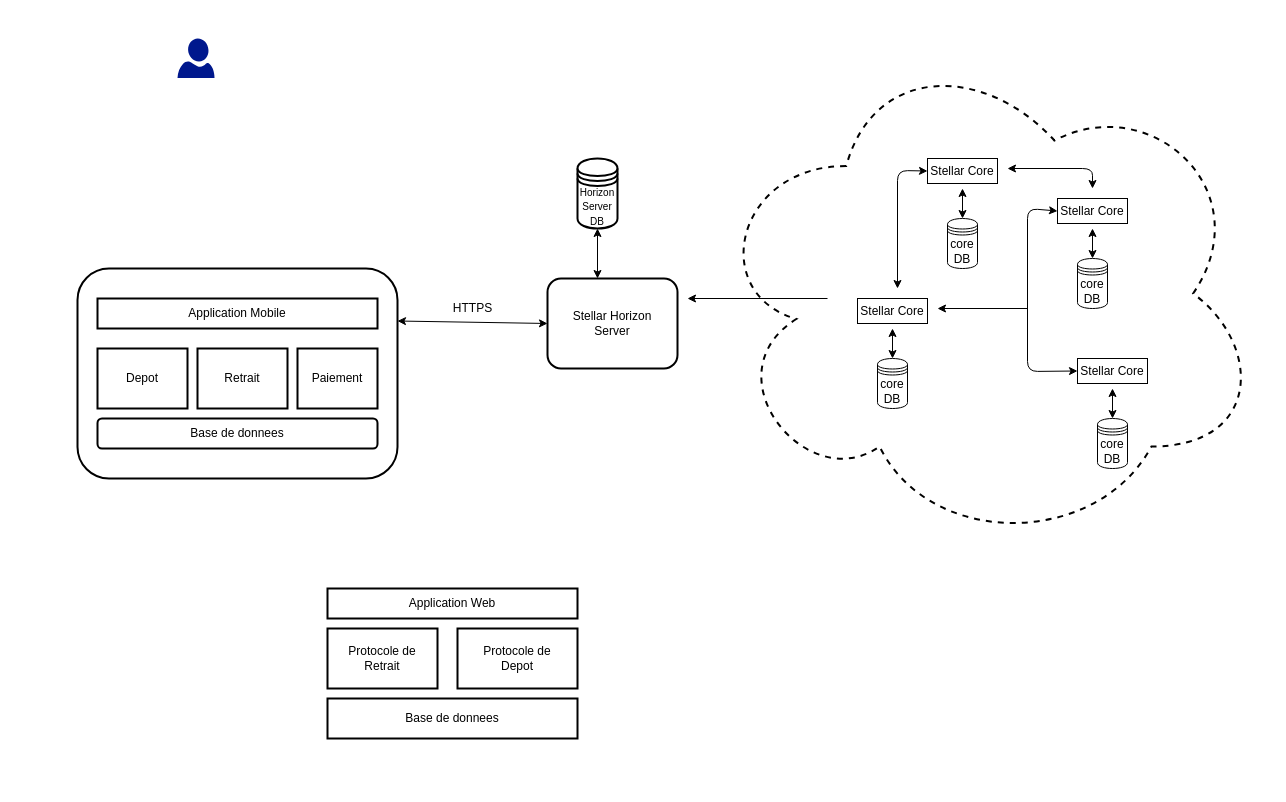
This is Architecture .drawio from mouhagaye/appdiagram, a draw.io file, before an edit. Source tidied: cells renumbered, new cells numbered last; positions are measured from the earlier drawing's top-left corner, leaving out a move shared by most shapes. Both pictures are drawn from the tidied source at 100%, with x=0, y=0 at pixel (77, 38).
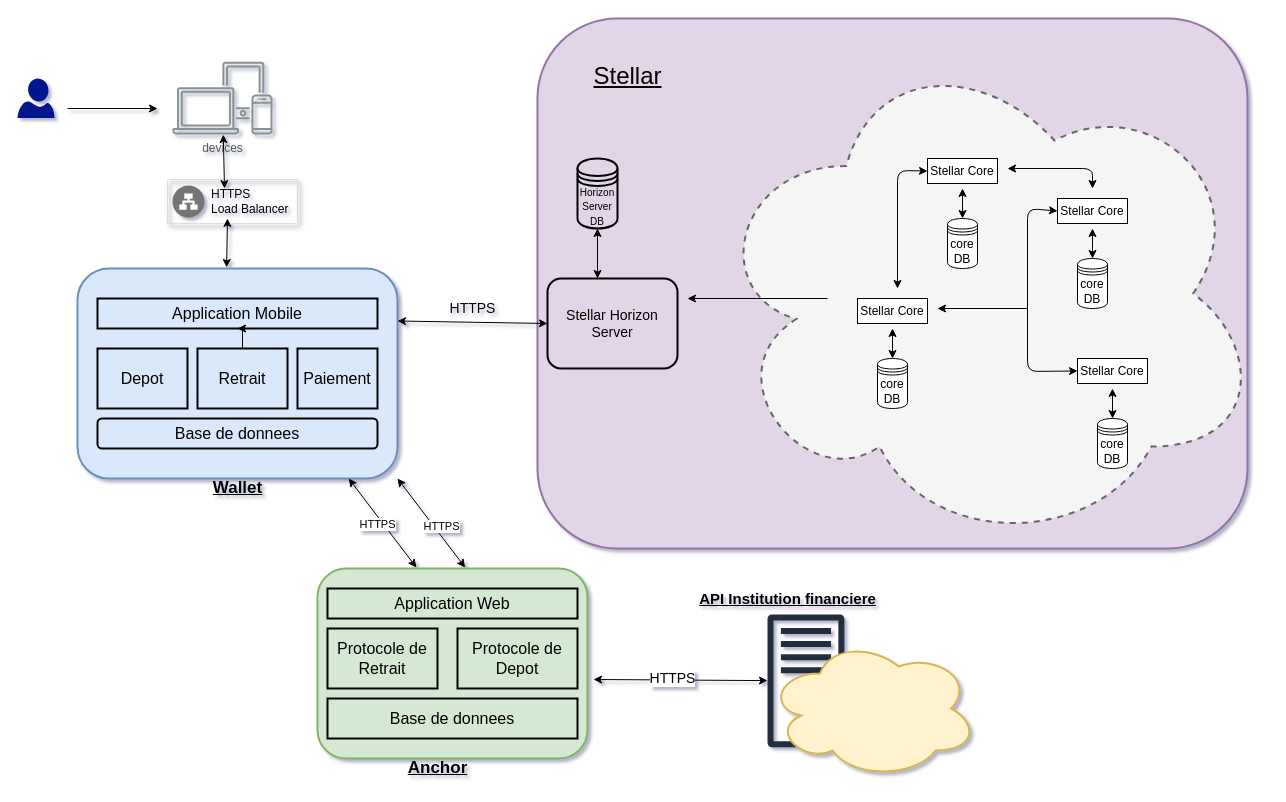
The same page after the edit.

What changed in the source:
```diff
@@
-<mxGraphModel>
+<mxGraphModel shadow="1">
@@
+    <mxCell id="36" style="rounded=1;whiteSpace=wrap;html=1;fontSize=14;strokeColor=#9673a6;strokeWidth=2;fillColor=#e1d5e7;" parent="1" vertex="1">
+      <mxGeometry x="460" y="-20" width="710" height="530" as="geometry" />
+    </mxCell>
+    <mxCell id="19" style="ellipse;shape=cloud;whiteSpace=wrap;html=1;dashed=1;fillColor=#f5f5f5;strokeWidth=2;strokeColor=#666666;fontColor=#333333;" parent="1" vertex="1">
+      <mxGeometry x="630" width="555" height="510" as="geometry" />
+    </mxCell>
     <mxCell id="2" style="shadow=0;dashed=0;html=1;strokeColor=none;labelPosition=center;verticalLabelPosition=bottom;verticalAlign=top;align=center;fillColor=#00188D;shape=mxgraph.azure.user;" parent="1" vertex="1">
-      <mxGeometry x="100" width="37" height="39.4" as="geometry" />
+      <mxGeometry x="-60" y="40" width="37" height="39.4" as="geometry" />
     </mxCell>
@@
-    <mxCell id="19" style="ellipse;shape=cloud;whiteSpace=wrap;html=1;dashed=1;fillColor=none;strokeWidth=2;" parent="1" vertex="1">
-      <mxGeometry x="630" width="555" height="510" as="geometry" />
-    </mxCell>
-    <mxCell id="20" value="Stellar Horizon&lt;br&gt;Server" style="rounded=1;whiteSpace=wrap;html=1;strokeWidth=2;fillColor=none;" parent="1" vertex="1">
+    <mxCell id="20" value="&lt;font style=&quot;font-size: 14px&quot;&gt;Stellar Horizon&lt;br&gt;Server&lt;/font&gt;" style="rounded=1;whiteSpace=wrap;html=1;strokeWidth=2;fillColor=none;" parent="1" vertex="1">
       <mxGeometry x="470" y="240" width="130" height="90" as="geometry" />
     </mxCell>
@@
+    <mxCell id="29" style="rounded=1;whiteSpace=wrap;html=1;strokeColor=#6c8ebf;strokeWidth=2;fillColor=#dae8fc;" parent="1" vertex="1">
+      <mxGeometry y="230" width="320" height="210" as="geometry" />
+    </mxCell>
-    <mxCell id="24" value="Application Mobile" style="rounded=0;whiteSpace=wrap;html=1;strokeColor=#000000;strokeWidth=2;fillColor=none;" parent="1" vertex="1">
+    <mxCell id="24" value="&lt;font style=&quot;font-size: 16px&quot;&gt;Application Mobile&lt;/font&gt;" style="rounded=0;whiteSpace=wrap;html=1;strokeColor=#000000;strokeWidth=2;fillColor=none;" parent="1" vertex="1">
       <mxGeometry x="20" y="260" width="280" height="30" as="geometry" />
     </mxCell>
-    <mxCell id="25" value="Depot" style="rounded=0;whiteSpace=wrap;html=1;strokeColor=#000000;strokeWidth=2;fillColor=none;" parent="1" vertex="1">
+    <mxCell id="25" value="&lt;font style=&quot;font-size: 16px&quot;&gt;Depot&lt;/font&gt;" style="rounded=0;whiteSpace=wrap;html=1;strokeColor=#000000;strokeWidth=2;fillColor=none;" parent="1" vertex="1">
       <mxGeometry x="20" y="310" width="90" height="60" as="geometry" />
     </mxCell>
+    <mxCell id="37" style="edgeStyle=orthogonalEdgeStyle;rounded=0;jettySize=auto;html=1;fontSize=14;" parent="1" edge="1" source="26" target="24">
+      <mxGeometry relative="1" as="geometry" />
+    </mxCell>
-    <mxCell id="26" value="Retrait" style="rounded=0;whiteSpace=wrap;html=1;strokeColor=#000000;strokeWidth=2;fillColor=none;" parent="1" vertex="1">
+    <mxCell id="26" value="&lt;font style=&quot;font-size: 16px&quot;&gt;Retrait&lt;/font&gt;" style="rounded=0;whiteSpace=wrap;html=1;strokeColor=#000000;strokeWidth=2;fillColor=none;" parent="1" vertex="1">
       <mxGeometry x="120" y="310" width="90" height="60" as="geometry" />
     </mxCell>
-    <mxCell id="27" value="Paiement" style="rounded=0;whiteSpace=wrap;html=1;strokeColor=#000000;strokeWidth=2;fillColor=none;" parent="1" vertex="1">
+    <mxCell id="27" value="&lt;font style=&quot;font-size: 16px&quot;&gt;Paiement&lt;/font&gt;" style="rounded=0;whiteSpace=wrap;html=1;strokeColor=#000000;strokeWidth=2;fillColor=none;" parent="1" vertex="1">
       <mxGeometry x="220" y="310" width="80" height="60" as="geometry" />
     </mxCell>
-    <mxCell id="28" value="Base de donnees" style="rounded=1;whiteSpace=wrap;html=1;strokeColor=#000000;strokeWidth=2;fillColor=none;" parent="1" vertex="1">
+    <mxCell id="28" value="&lt;font style=&quot;font-size: 16px&quot;&gt;Base de donnees&lt;/font&gt;" style="rounded=1;whiteSpace=wrap;html=1;strokeColor=#000000;strokeWidth=2;fillColor=none;" parent="1" vertex="1">
       <mxGeometry x="20" y="380" width="280" height="30" as="geometry" />
     </mxCell>
-    <mxCell id="29" style="rounded=1;whiteSpace=wrap;html=1;strokeColor=#000000;strokeWidth=2;fillColor=none;" parent="1" vertex="1">
-      <mxGeometry y="230" width="320" height="210" as="geometry" />
-    </mxCell>
@@
-    <mxCell id="31" value="HTTPS" style="text;html=1;align=center;verticalAlign=middle;strokeColor=none;" parent="1" vertex="1">
-      <mxGeometry x="370" y="260" width="50" height="20" as="geometry" />
+    <mxCell id="31" value="&lt;font style=&quot;font-size: 14px&quot;&gt;HTTPS&lt;/font&gt;" style="text;html=1;align=center;verticalAlign=middle;strokeColor=none;" parent="1" vertex="1">
+      <mxGeometry x="365" y="260" width="60" height="20" as="geometry" />
     </mxCell>
+    <mxCell id="38" style="rounded=1;whiteSpace=wrap;html=1;strokeColor=#82b366;strokeWidth=2;fillColor=#d5e8d4;" parent="1" vertex="1">
+      <mxGeometry x="240" y="530" width="270" height="190" as="geometry" />
+    </mxCell>
-    <mxCell id="32" value="Application Web" style="rounded=0;whiteSpace=wrap;html=1;strokeColor=#000000;strokeWidth=2;fillColor=none;" parent="1" vertex="1">
+    <mxCell id="32" value="&lt;font style=&quot;font-size: 16px&quot;&gt;Application Web&lt;/font&gt;" style="rounded=0;whiteSpace=wrap;html=1;strokeColor=#000000;strokeWidth=2;fillColor=none;" parent="1" vertex="1">
       <mxGeometry x="250" y="550" width="250" height="30" as="geometry" />
     </mxCell>
-    <mxCell id="33" value="Protocole de&lt;br&gt;Retrait" style="rounded=0;whiteSpace=wrap;html=1;strokeColor=#000000;strokeWidth=2;fillColor=none;" parent="1" vertex="1">
+    <mxCell id="33" value="&lt;font style=&quot;font-size: 16px&quot;&gt;Protocole de&lt;br&gt;Retrait&lt;/font&gt;" style="rounded=0;whiteSpace=wrap;html=1;strokeColor=#000000;strokeWidth=2;fillColor=none;" parent="1" vertex="1">
       <mxGeometry x="250" y="590" width="110" height="60" as="geometry" />
     </mxCell>
-    <mxCell id="34" value="Protocole de&lt;br&gt;Depot" style="rounded=0;whiteSpace=wrap;html=1;strokeColor=#000000;strokeWidth=2;fillColor=none;" parent="1" vertex="1">
+    <mxCell id="34" value="&lt;font style=&quot;font-size: 16px&quot;&gt;Protocole de&lt;br&gt;Depot&lt;/font&gt;" style="rounded=0;whiteSpace=wrap;html=1;strokeColor=#000000;strokeWidth=2;fillColor=none;" parent="1" vertex="1">
       <mxGeometry x="380" y="590" width="120" height="60" as="geometry" />
     </mxCell>
-    <mxCell id="35" value="Base de donnees" style="rounded=0;whiteSpace=wrap;html=1;strokeColor=#000000;strokeWidth=2;fillColor=none;" parent="1" vertex="1">
+    <mxCell id="35" value="&lt;font style=&quot;font-size: 16px&quot;&gt;Base de donnees&lt;/font&gt;" style="rounded=0;whiteSpace=wrap;html=1;strokeColor=#000000;strokeWidth=2;fillColor=none;" parent="1" vertex="1">
       <mxGeometry x="250" y="660" width="250" height="40" as="geometry" />
     </mxCell>
+    <mxCell id="39" style="endArrow=classic;startArrow=classic;html=1;entryX=0.547;entryY=-0.005;entryDx=0;entryDy=0;entryPerimeter=0;exitX=1;exitY=1;exitDx=0;exitDy=0;" parent="1" edge="1" source="29" target="38">
+      <mxGeometry relative="1" as="geometry" />
+    </mxCell>
+    <mxCell id="40" value="HTTPS" style="edgeLabel;html=1;align=center;verticalAlign=middle;" parent="39" vertex="1">
+      <mxGeometry x="0.15" y="6" relative="1" as="geometry" />
+    </mxCell>
+    <mxCell id="41" style="endArrow=classic;startArrow=classic;html=1;entryX=0.547;entryY=-0.005;entryDx=0;entryDy=0;entryPerimeter=0;exitX=1;exitY=1;exitDx=0;exitDy=0;" parent="1" edge="1">
+      <mxGeometry relative="1" as="geometry">
+        <mxPoint x="271.2" y="440" as="sourcePoint" />
+        <mxPoint x="338.9" y="529" as="targetPoint" />
+      </mxGeometry>
+    </mxCell>
+    <mxCell id="42" value="HTTPS" style="edgeLabel;html=1;align=center;verticalAlign=middle;" parent="41" vertex="1">
+      <mxGeometry x="-0.04" y="-6" relative="1" as="geometry">
+        <mxPoint y="-1" as="offset" />
+      </mxGeometry>
+    </mxCell>
+    <mxCell id="43" style="outlineConnect=0;fontColor=#232F3E;gradientColor=none;fillColor=#232F3E;strokeColor=none;dashed=0;verticalLabelPosition=bottom;verticalAlign=top;align=center;html=1;fontSize=12;fontStyle=0;shape=mxgraph.aws4.traditional_server;" parent="1" vertex="1">
+      <mxGeometry x="690" y="575.7" width="76.9" height="133.3" as="geometry" />
+    </mxCell>
+    <mxCell id="44" style="ellipse;shape=cloud;whiteSpace=wrap;html=1;strokeWidth=2;fillColor=#fff2cc;strokeColor=#d6b656;" parent="1" vertex="1">
+      <mxGeometry x="690" y="600" width="210" height="140" as="geometry" />
+    </mxCell>
+    <mxCell id="45" style="endArrow=classic;startArrow=classic;html=1;" parent="1" edge="1" target="43">
+      <mxGeometry relative="1" as="geometry">
+        <mxPoint x="516" y="641" as="sourcePoint" />
+      </mxGeometry>
+    </mxCell>
+    <mxCell id="46" value="HTTPS" style="edgeLabel;html=1;align=center;verticalAlign=middle;fontSize=14;" parent="45" vertex="1">
+      <mxGeometry x="-0.1" y="2" relative="1" as="geometry" />
+    </mxCell>
+    <mxCell id="47" value="&lt;b&gt;&lt;font style=&quot;font-size: 15px&quot;&gt;&lt;u&gt;API Institution financiere&lt;/u&gt;&lt;/font&gt;&lt;/b&gt;" style="text;html=1;align=center;verticalAlign=middle;strokeColor=none;fontSize=14;" parent="1" vertex="1">
+      <mxGeometry x="615" y="550" width="190" height="20" as="geometry" />
+    </mxCell>
+    <mxCell id="48" value="&lt;b&gt;&lt;font style=&quot;font-size: 17px&quot;&gt;&lt;u&gt;Anchor&lt;/u&gt;&lt;/font&gt;&lt;/b&gt;" style="text;html=1;align=center;verticalAlign=middle;strokeColor=none;fontSize=14;" parent="1" vertex="1">
+      <mxGeometry x="320" y="720" width="80" height="20" as="geometry" />
+    </mxCell>
+    <mxCell id="49" value="&lt;b&gt;&lt;font style=&quot;font-size: 17px&quot;&gt;&lt;u&gt;Wallet&lt;/u&gt;&lt;/font&gt;&lt;/b&gt;" style="text;html=1;align=center;verticalAlign=middle;strokeColor=none;fontSize=14;" parent="1" vertex="1">
+      <mxGeometry x="130" y="440" width="60" height="20" as="geometry" />
+    </mxCell>
+    <mxCell id="50" style="strokeColor=#dddddd;shadow=1;strokeWidth=1;rounded=1;absoluteArcSize=1;arcSize=2;fontSize=14;fillColor=none;" parent="1" vertex="1">
+      <mxGeometry x="90" y="141" width="130" height="44" as="geometry" />
+    </mxCell>
+    <mxCell id="51" value="HTTPS&#10;Load Balancer" style="dashed=0;html=1;fillColor=#757575;strokeColor=none;shape=mxgraph.gcp2.network_load_balancer;labelPosition=right;verticalLabelPosition=middle;align=left;verticalAlign=middle;spacingLeft=5;fontSize=12;" parent="50" vertex="1">
+      <mxGeometry y="0.5" width="32" height="32" relative="1" as="geometry">
+        <mxPoint x="5" y="-16" as="offset" />
+      </mxGeometry>
+    </mxCell>
+    <mxCell id="52" style="endArrow=classic;startArrow=classic;html=1;fontSize=14;exitX=0.466;exitY=-0.005;exitDx=0;exitDy=0;exitPerimeter=0;" parent="1" edge="1" source="29">
+      <mxGeometry relative="1" as="geometry">
+        <mxPoint x="150" y="180" as="targetPoint" />
+      </mxGeometry>
+    </mxCell>
+    <mxCell id="53" value="devices" style="outlineConnect=0;gradientColor=none;fontColor=#545B64;strokeColor=none;fillColor=#879196;dashed=0;verticalLabelPosition=bottom;verticalAlign=top;align=center;html=1;fontSize=12;fontStyle=0;shape=mxgraph.aws4.illustration_devices;" parent="1" vertex="1">
+      <mxGeometry x="95" y="23.2" width="100" height="73" as="geometry" />
+    </mxCell>
+    <mxCell id="54" style="endArrow=classic;html=1;fontSize=14;" parent="1" edge="1">
+      <mxGeometry relative="1" as="geometry">
+        <mxPoint x="-10" y="70" as="sourcePoint" />
+        <mxPoint x="80" y="70" as="targetPoint" />
+      </mxGeometry>
+    </mxCell>
+    <mxCell id="55" style="endArrow=classic;startArrow=classic;html=1;fontSize=14;" parent="1" edge="1" target="53">
+      <mxGeometry relative="1" as="geometry">
+        <mxPoint x="147" y="150" as="sourcePoint" />
+      </mxGeometry>
+    </mxCell>
+    <mxCell id="56" value="&lt;font size=&quot;1&quot;&gt;&lt;u style=&quot;font-size: 24px&quot;&gt;Stellar&lt;/u&gt;&lt;/font&gt;" style="text;html=1;align=center;verticalAlign=middle;strokeColor=none;fontSize=14;" parent="1" vertex="1">
+      <mxGeometry x="510" y="23.2" width="80" height="30" as="geometry" />
+    </mxCell>
```
